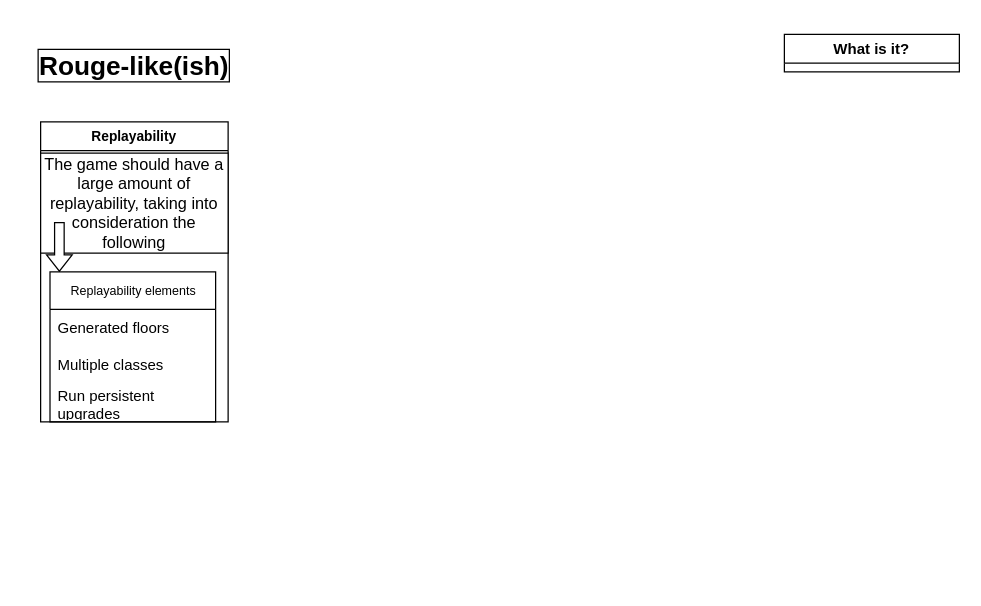
Before: rouge-like(ish).drawio in cheeseEnthusiasts/ideas, a draw.io diagram. Source tidied: cells renumbered, new cells numbered last; positions are measured from the earlier drawing's top-left corner, leaving out a move shared by most shapes. Both pictures are drawn from the tidied source at 125%, with x=0, y=0 at pixel (21, 21).
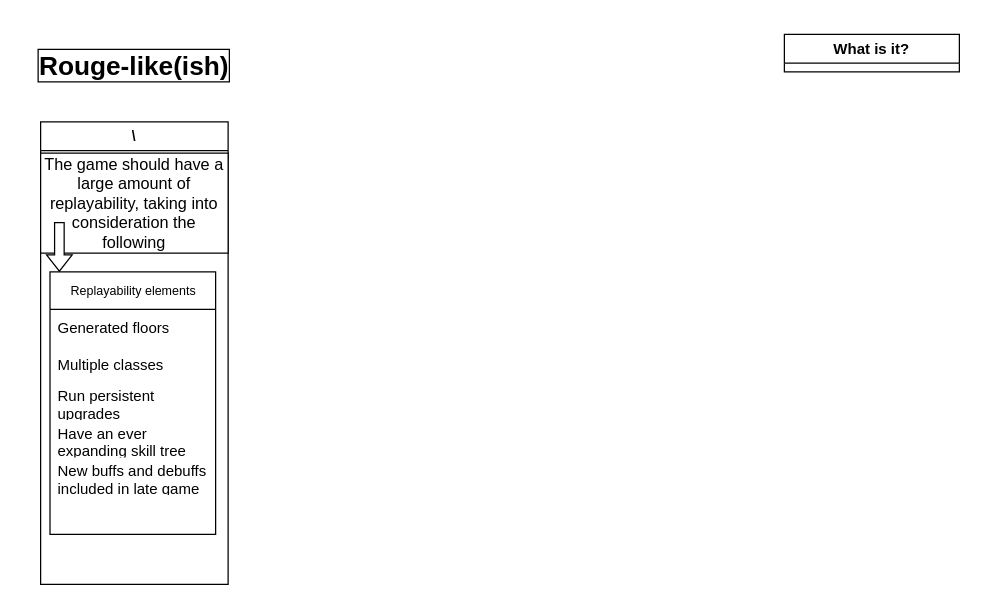
The same diagram, later.

The edit, as a diff of the source:
```diff
@@
 <mxGraphModel>
   <root>
     <mxCell id="0" />
     <mxCell id="1" parent="0" />
     <mxCell id="2" value="Rouge-like(ish)" style="text;strokeColor=none;fillColor=none;align=center;verticalAlign=middle;rounded=0;fontSize=21;fontStyle=1;labelBorderColor=default;labelBackgroundColor=default;whiteSpace=wrap;html=1;" parent="1" vertex="1">
       <mxGeometry width="180" height="70" as="geometry" />
     </mxCell>
     <mxCell id="3" value="What is it?" style="swimlane;whiteSpace=wrap;html=1;" parent="1" vertex="1" collapsed="1">
       <mxGeometry x="610" y="10" width="140" height="30" as="geometry" />
     </mxCell>
-    <mxCell id="4" value="Replayability" style="swimlane;whiteSpace=wrap;html=1;fontSize=11;" parent="1" vertex="1">
-      <mxGeometry x="15" y="80" width="150" height="240" as="geometry" />
+    <mxCell id="4" value="\" style="swimlane;whiteSpace=wrap;html=1;fontSize=11;startSize=23;" parent="1" vertex="1">
+      <mxGeometry x="15" y="80" width="150" height="370" as="geometry" />
     </mxCell>
     <mxCell id="5" value="&lt;font style=&quot;font-size: 13px;&quot;&gt;The game should have a large amount of replayability, taking into consideration the following&lt;br style=&quot;font-size: 13px;&quot;&gt;&lt;/font&gt;" style="rounded=0;whiteSpace=wrap;html=1;fontSize=13;" parent="4" vertex="1">
       <mxGeometry y="25" width="150" height="80" as="geometry" />
     </mxCell>
     <mxCell id="6" style="shape=flexArrow;endArrow=classic;html=1;rounded=0;fillColor=default;strokeWidth=1;endWidth=11.851851851851853;endSize=4.019753086419754;width=7.654320987654321;" parent="4" edge="1">
       <mxGeometry relative="1" as="geometry">
         <mxPoint x="15" y="80" as="sourcePoint" />
         <mxPoint x="15" y="120" as="targetPoint" />
       </mxGeometry>
     </mxCell>
     <mxCell id="7" value="&lt;font style=&quot;font-size: 10px;&quot;&gt;Replayability elements&lt;/font&gt;" style="swimlane;fontStyle=0;horizontal=1;startSize=30;whiteSpace=wrap;html=1;fontSize=10;" parent="4" vertex="1">
-      <mxGeometry x="7.5" y="120" width="132.5" height="120" as="geometry" />
+      <mxGeometry x="7.5" y="120" width="132.5" height="210" as="geometry" />
     </mxCell>
     <mxCell id="8" value="Generated floors" style="text;strokeColor=none;fillColor=none;align=left;verticalAlign=middle;spacingLeft=4;spacingRight=4;overflow=hidden;whiteSpace=wrap;html=1;" parent="7" vertex="1">
       <mxGeometry y="30" width="132.5" height="30" as="geometry" />
     </mxCell>
     <mxCell id="9" value="Multiple classes" style="text;strokeColor=none;fillColor=none;align=left;verticalAlign=middle;spacingLeft=4;spacingRight=4;overflow=hidden;whiteSpace=wrap;html=1;" parent="7" vertex="1">
       <mxGeometry y="60" width="132.5" height="30" as="geometry" />
     </mxCell>
     <mxCell id="10" value="Run persistent upgrades" style="text;strokeColor=none;fillColor=none;align=left;verticalAlign=middle;spacingLeft=4;spacingRight=4;overflow=hidden;whiteSpace=wrap;html=1;" parent="7" vertex="1">
       <mxGeometry y="90" width="132.5" height="30" as="geometry" />
     </mxCell>
+    <mxCell id="11" value="Have an ever expanding skill tree" style="text;strokeColor=none;fillColor=none;align=left;verticalAlign=middle;spacingLeft=4;spacingRight=4;overflow=hidden;whiteSpace=wrap;html=1;" parent="7" vertex="1">
+      <mxGeometry y="120" width="132.5" height="30" as="geometry" />
+    </mxCell>
+    <mxCell id="12" value="New buffs and debuffs included in late game" style="text;strokeColor=none;fillColor=none;align=left;verticalAlign=middle;spacingLeft=4;spacingRight=4;overflow=hidden;whiteSpace=wrap;html=1;" parent="7" vertex="1">
+      <mxGeometry y="150" width="132.5" height="30" as="geometry" />
+    </mxCell>
+    <mxCell id="13" style="text;strokeColor=none;fillColor=none;align=left;verticalAlign=middle;spacingLeft=4;spacingRight=4;overflow=hidden;whiteSpace=wrap;html=1;" parent="7" vertex="1">
+      <mxGeometry y="180" width="132.5" height="30" as="geometry" />
+    </mxCell>
   </root>
 </mxGraphModel>
```
